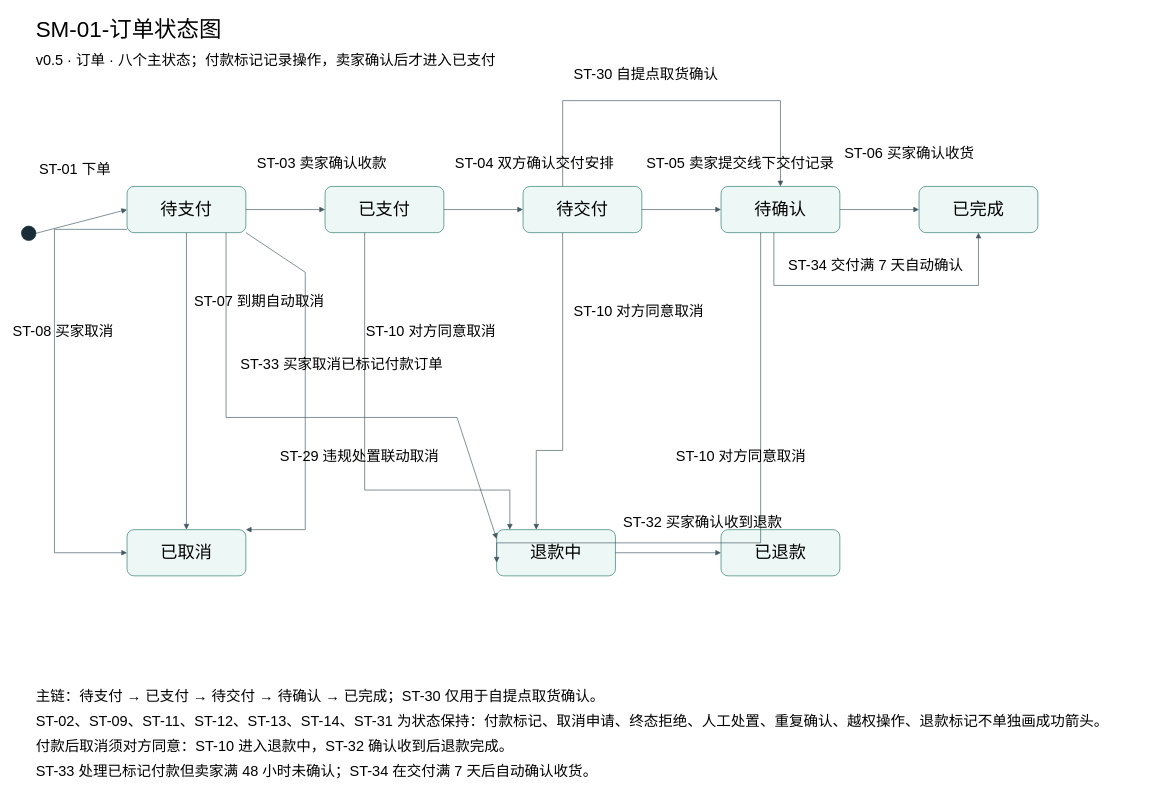
Above: 规则与状态/SM-01-订单状态图.drawio in Elusive-phantasm/Software-Engineering (draw.io), before the change. Source tidied: cells renumbered, new cells numbered last; positions are measured from the earlier drawing's top-left corner, leaving out a move shared by most shapes. Both pictures are drawn from the tidied source at 66%, with x=0, y=0 at pixel (11, 11).
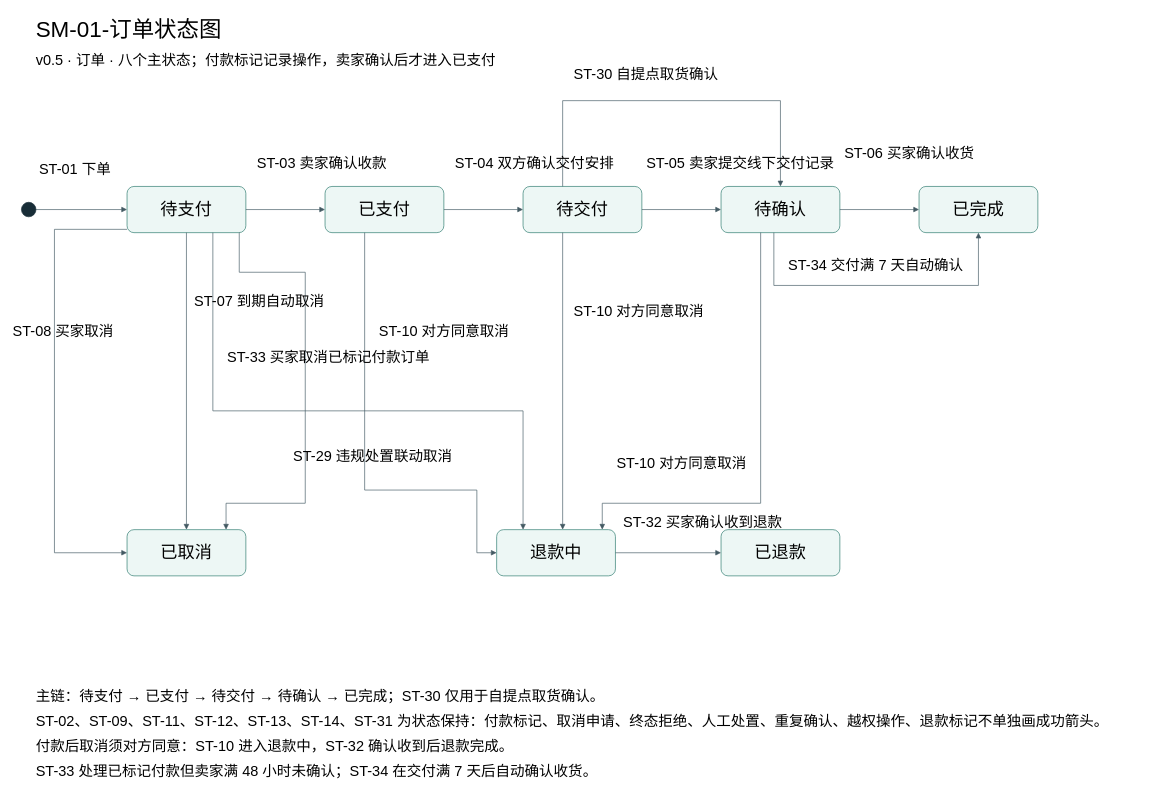
The same page after the edit.

Unchanged cells that the change refers to:
```xml
<mxCell id="5" value="待支付" style="rounded=1;arcSize=15;whiteSpace=wrap;html=0;fillColor=#edf7f5;strokeColor=#28776b;fontSize=26;fontFamily=Microsoft YaHei;" parent="1" vertex="1">
  <mxGeometry x="175" y="265" width="180" height="70" as="geometry" />
</mxCell>
<mxCell id="6" value="已支付" style="rounded=1;arcSize=15;whiteSpace=wrap;html=0;fillColor=#edf7f5;strokeColor=#28776b;fontSize=26;fontFamily=Microsoft YaHei;" parent="1" vertex="1">
  <mxGeometry x="475" y="265" width="180" height="70" as="geometry" />
</mxCell>
<mxCell id="7" value="待交付" style="rounded=1;arcSize=15;whiteSpace=wrap;html=0;fillColor=#edf7f5;strokeColor=#28776b;fontSize=26;fontFamily=Microsoft YaHei;" parent="1" vertex="1">
  <mxGeometry x="775" y="265" width="180" height="70" as="geometry" />
</mxCell>
<mxCell id="8" value="待确认" style="rounded=1;arcSize=15;whiteSpace=wrap;html=0;fillColor=#edf7f5;strokeColor=#28776b;fontSize=26;fontFamily=Microsoft YaHei;" parent="1" vertex="1">
  <mxGeometry x="1075" y="265" width="180" height="70" as="geometry" />
</mxCell>
<mxCell id="10" value="已取消" style="rounded=1;arcSize=15;whiteSpace=wrap;html=0;fillColor=#edf7f5;strokeColor=#28776b;fontSize=26;fontFamily=Microsoft YaHei;" parent="1" vertex="1">
  <mxGeometry x="175" y="785" width="180" height="70" as="geometry" />
</mxCell>
<mxCell id="11" value="退款中" style="rounded=1;arcSize=15;whiteSpace=wrap;html=0;fillColor=#edf7f5;strokeColor=#28776b;fontSize=26;fontFamily=Microsoft YaHei;" parent="1" vertex="1">
  <mxGeometry x="735" y="785" width="180" height="70" as="geometry" />
</mxCell>
```

The edit, as a diff of the source:
```diff
@@
     <mxCell id="4" style="ellipse;fillColor=#182d37;strokeColor=#182d37;" parent="1" vertex="1">
-      <mxGeometry x="15" y="325" width="22" height="22" as="geometry" />
+      <mxGeometry x="15" y="289" width="22" height="22" as="geometry" />
     </mxCell>
@@
-    <mxCell id="22" style="edgeStyle=none;rounded=0;endArrow=block;exitX=1.0;exitY=1.0;entryX=1.0;entryY=0.0;strokeColor=#435962;" parent="1" edge="1" source="5" target="10">
+    <mxCell id="22" style="edgeStyle=none;rounded=0;endArrow=block;exitX=0.9444444444444444;exitY=1.0;entryX=0.8333333333333334;entryY=0.0;strokeColor=#435962;" parent="1" edge="1" source="5" target="10">
       <mxGeometry relative="1" as="geometry">
         <Array as="points">
+          <mxPoint x="345" y="395" />
           <mxPoint x="445" y="395" />
-          <mxPoint x="445" y="785" />
+          <mxPoint x="445" y="745" />
+          <mxPoint x="325" y="745" />
         </Array>
       </mxGeometry>
     </mxCell>
-    <mxCell id="23" style="edgeStyle=none;rounded=0;endArrow=block;exitX=0.8333333333333334;exitY=1.0;entryX=-0.3333333333333333;entryY=0.0;strokeColor=#435962;" parent="1" edge="1" source="5" target="11">
+    <mxCell id="23" style="edgeStyle=none;rounded=0;endArrow=block;exitX=0.7222222222222222;exitY=1.0;entryX=0.2222222222222222;entryY=0.0;strokeColor=#435962;" parent="1" edge="1" source="5" target="11">
       <mxGeometry relative="1" as="geometry">
         <Array as="points">
-          <mxPoint x="325" y="615" />
-          <mxPoint x="675" y="615" />
+          <mxPoint x="305" y="605" />
+          <mxPoint x="775" y="605" />
         </Array>
       </mxGeometry>
     </mxCell>
-    <mxCell id="24" style="edgeStyle=none;rounded=0;endArrow=block;exitX=0.3333333333333333;exitY=1.0;entryX=0.1111111111111111;entryY=0.0;strokeColor=#435962;" parent="1" edge="1" source="6" target="11">
+    <mxCell id="24" style="edgeStyle=none;rounded=0;endArrow=block;exitX=0.3333333333333333;exitY=1.0;entryX=0.0;entryY=0.5;strokeColor=#435962;" parent="1" edge="1" source="6" target="11">
       <mxGeometry relative="1" as="geometry">
         <Array as="points">
           <mxPoint x="535" y="725" />
-          <mxPoint x="755" y="725" />
+          <mxPoint x="705" y="725" />
+          <mxPoint x="705" y="820" />
         </Array>
       </mxGeometry>
     </mxCell>
-    <mxCell id="25" style="edgeStyle=none;rounded=0;endArrow=block;exitX=0.3333333333333333;exitY=1.0;entryX=0.3333333333333333;entryY=0.0;strokeColor=#435962;" parent="1" edge="1" source="7" target="11">
-      <mxGeometry relative="1" as="geometry">
-        <Array as="points">
-          <mxPoint x="835" y="665" />
-          <mxPoint x="795" y="665" />
-        </Array>
-      </mxGeometry>
+    <mxCell id="25" style="edgeStyle=none;rounded=0;endArrow=block;exitX=0.3333333333333333;exitY=1.0;entryX=0.5555555555555556;entryY=0.0;strokeColor=#435962;" parent="1" edge="1" source="7" target="11">
+      <mxGeometry relative="1" as="geometry" />
     </mxCell>
-    <mxCell id="26" style="edgeStyle=none;rounded=0;endArrow=block;exitX=0.3333333333333333;exitY=1.0;entryX=0.0;entryY=0.7142857142857143;strokeColor=#435962;" parent="1" edge="1" source="8" target="11">
+    <mxCell id="26" style="edgeStyle=none;rounded=0;endArrow=block;exitX=0.3333333333333333;exitY=1.0;entryX=0.8888888888888888;entryY=0.0;strokeColor=#435962;" parent="1" edge="1" source="8" target="11">
       <mxGeometry relative="1" as="geometry">
         <Array as="points">
-          <mxPoint x="1135" y="805" />
-          <mxPoint x="735" y="805" />
+          <mxPoint x="1135" y="745" />
+          <mxPoint x="895" y="745" />
         </Array>
       </mxGeometry>
     </mxCell>
@@
     <mxCell id="37" value="ST-29 违规处置联动取消" style="text;html=0;align=left;verticalAlign=top;whiteSpace=wrap;fontSize=22;fontFamily=Microsoft YaHei;" parent="1" vertex="1">
-      <mxGeometry x="405" y="655" width="480" height="75" as="geometry" />
+      <mxGeometry x="425" y="655" width="480" height="75" as="geometry" />
     </mxCell>
     <mxCell id="38" value="ST-33 买家取消已标记付款订单" style="text;html=0;align=left;verticalAlign=top;whiteSpace=wrap;fontSize=22;fontFamily=Microsoft YaHei;" parent="1" vertex="1">
-      <mxGeometry x="345" y="515" width="480" height="75" as="geometry" />
+      <mxGeometry x="325" y="505" width="480" height="75" as="geometry" />
     </mxCell>
     <mxCell id="39" value="ST-10 对方同意取消" style="text;html=0;align=left;verticalAlign=top;whiteSpace=wrap;fontSize=22;fontFamily=Microsoft YaHei;" parent="1" vertex="1">
-      <mxGeometry x="535" y="465" width="480" height="75" as="geometry" />
+      <mxGeometry x="555" y="465" width="480" height="75" as="geometry" />
     </mxCell>
@@
     <mxCell id="41" value="ST-10 对方同意取消" style="text;html=0;align=left;verticalAlign=top;whiteSpace=wrap;fontSize=22;fontFamily=Microsoft YaHei;" parent="1" vertex="1">
-      <mxGeometry x="1005" y="655" width="480" height="75" as="geometry" />
+      <mxGeometry x="915" y="665" width="480" height="75" as="geometry" />
     </mxCell>
```
